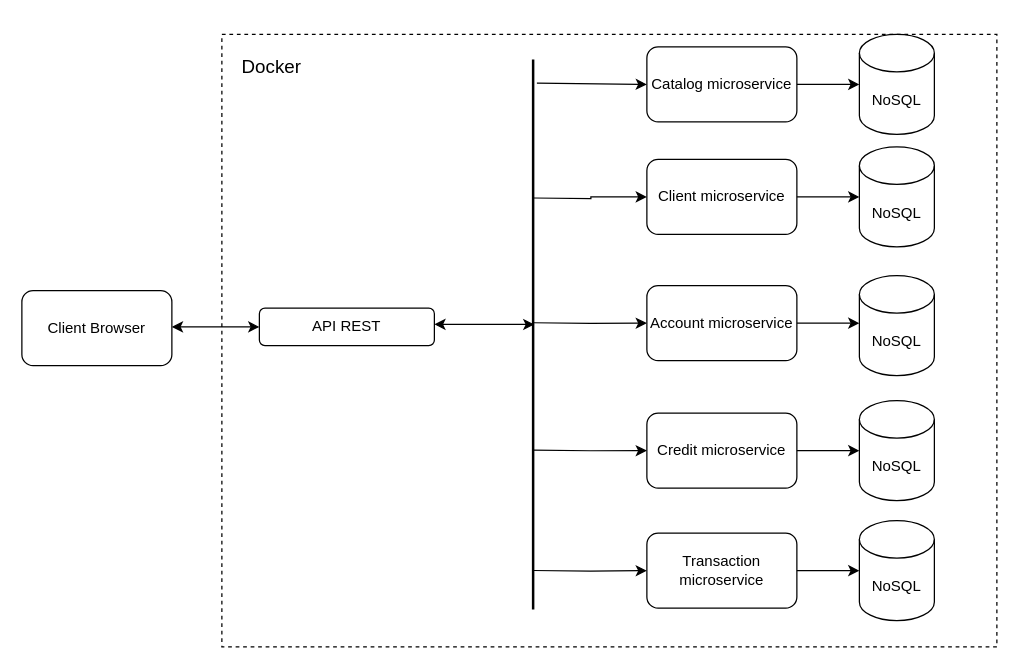
Above: esquema.drawio in Burgoos/Proyecto-Semana-1 (draw.io), before the change. Source tidied: cells renumbered, new cells numbered last; positions are measured from the earlier drawing's top-left corner, leaving out a move shared by most shapes. Both pictures are drawn from the tidied source at 125%, with x=0, y=0 at pixel (21, 34).
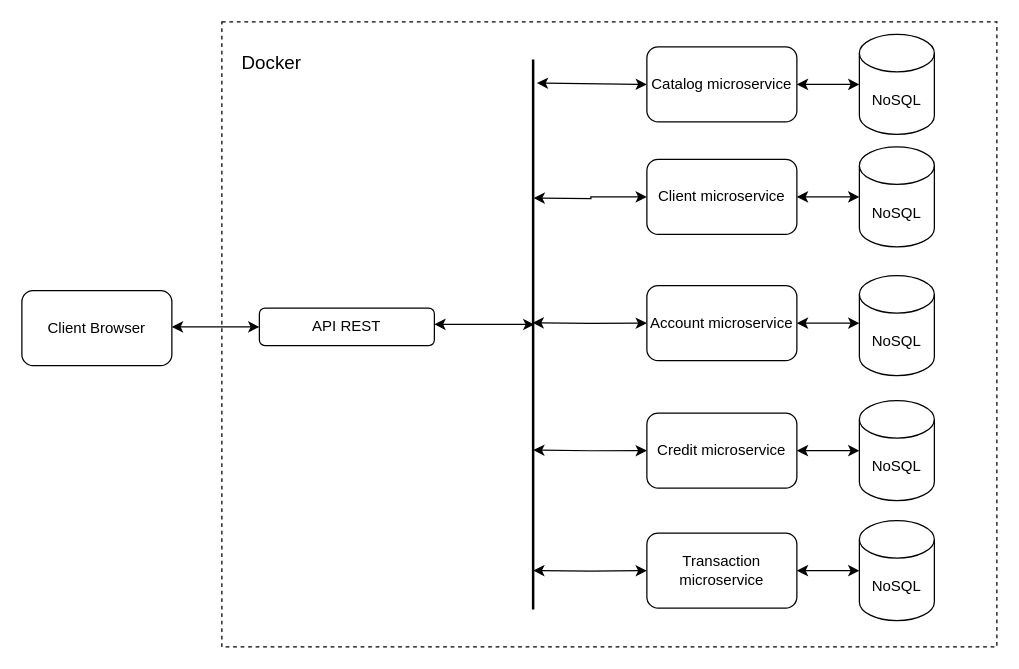
After the change.

Commit message:
Add double arrow

The change refers to these unchanged cells:
```xml
<mxCell id="3" value="Client microservice" style="rounded=1;whiteSpace=wrap;html=1;" parent="1" vertex="1">
  <mxGeometry x="500" y="100" width="120" height="60" as="geometry" />
</mxCell>
<mxCell id="4" value="Account microservice" style="rounded=1;whiteSpace=wrap;html=1;" parent="1" vertex="1">
  <mxGeometry x="500" y="201" width="120" height="60" as="geometry" />
</mxCell>
<mxCell id="5" value="Credit microservice" style="rounded=1;whiteSpace=wrap;html=1;" parent="1" vertex="1">
  <mxGeometry x="500" y="303" width="120" height="60" as="geometry" />
</mxCell>
<mxCell id="6" value="Transaction microservice" style="rounded=1;whiteSpace=wrap;html=1;" parent="1" vertex="1">
  <mxGeometry x="500" y="399" width="120" height="60" as="geometry" />
</mxCell>
<mxCell id="11" value="NoSQL" style="shape=cylinder3;whiteSpace=wrap;html=1;boundedLbl=1;backgroundOutline=1;size=15;" parent="1" vertex="1">
  <mxGeometry x="670" y="90" width="60" height="80" as="geometry" />
</mxCell>
<mxCell id="14" value="&lt;span&gt;NoSQL&lt;/span&gt;" style="shape=cylinder3;whiteSpace=wrap;html=1;boundedLbl=1;backgroundOutline=1;size=15;" parent="1" vertex="1">
  <mxGeometry x="670" y="293" width="60" height="80" as="geometry" />
</mxCell>
<mxCell id="15" value="&lt;span&gt;NoSQL&lt;/span&gt;" style="shape=cylinder3;whiteSpace=wrap;html=1;boundedLbl=1;backgroundOutline=1;size=15;" parent="1" vertex="1">
  <mxGeometry x="670" y="389" width="60" height="80" as="geometry" />
</mxCell>
<mxCell id="23" value="Catalog microservice" style="rounded=1;whiteSpace=wrap;html=1;" parent="1" vertex="1">
  <mxGeometry x="500" y="10" width="120" height="60" as="geometry" />
</mxCell>
<mxCell id="24" value="&lt;span&gt;NoSQL&lt;/span&gt;" style="shape=cylinder3;whiteSpace=wrap;html=1;boundedLbl=1;backgroundOutline=1;size=15;" parent="1" vertex="1">
  <mxGeometry x="670" width="60" height="80" as="geometry" />
</mxCell>
<mxCell id="26" style="line;strokeWidth=2;direction=south;html=1;" parent="1" vertex="1">
  <mxGeometry x="404" y="20" width="10" height="440" as="geometry" />
</mxCell>
```

What changed in the source:
```diff
@@
     <mxCell id="2" style="rounded=0;whiteSpace=wrap;html=1;dashed=1;" parent="1" vertex="1">
-      <mxGeometry x="160" width="620" height="490" as="geometry" />
+      <mxGeometry x="160" y="-10" width="620" height="500" as="geometry" />
     </mxCell>
@@
-    <mxCell id="7" style="edgeStyle=orthogonalEdgeStyle;rounded=0;jettySize=auto;html=1;entryX=0;entryY=0.5;entryDx=0;entryDy=0;exitX=0.03;exitY=0.462;exitDx=0;exitDy=0;exitPerimeter=0;" parent="1" edge="1" target="3">
+    <mxCell id="7" style="edgeStyle=orthogonalEdgeStyle;rounded=0;jettySize=auto;html=1;entryX=0;entryY=0.5;entryDx=0;entryDy=0;exitX=0.03;exitY=0.462;exitDx=0;exitDy=0;exitPerimeter=0;startArrow=classic;startFill=1;" parent="1" edge="1" target="3">
       <mxGeometry relative="1" as="geometry">
         <mxPoint x="409.4" y="130.9" as="sourcePoint" />
       </mxGeometry>
     </mxCell>
-    <mxCell id="8" style="edgeStyle=orthogonalEdgeStyle;rounded=0;jettySize=auto;html=1;exitX=0.499;exitY=0.49;exitDx=0;exitDy=0;exitPerimeter=0;" parent="1" edge="1" target="5">
+    <mxCell id="8" style="edgeStyle=orthogonalEdgeStyle;rounded=0;jettySize=auto;html=1;exitX=0.499;exitY=0.49;exitDx=0;exitDy=0;exitPerimeter=0;startArrow=classic;startFill=1;" parent="1" edge="1" target="5">
       <mxGeometry relative="1" as="geometry">
         <mxPoint x="409.1" y="332.6" as="sourcePoint" />
       </mxGeometry>
     </mxCell>
-    <mxCell id="9" style="edgeStyle=orthogonalEdgeStyle;rounded=0;jettySize=auto;html=1;entryX=0;entryY=0.5;entryDx=0;entryDy=0;exitX=0.723;exitY=0.49;exitDx=0;exitDy=0;exitPerimeter=0;" parent="1" edge="1" target="6">
+    <mxCell id="9" style="edgeStyle=orthogonalEdgeStyle;rounded=0;jettySize=auto;html=1;entryX=0;entryY=0.5;entryDx=0;entryDy=0;exitX=0.723;exitY=0.49;exitDx=0;exitDy=0;exitPerimeter=0;startArrow=classic;startFill=1;" parent="1" edge="1" target="6">
       <mxGeometry relative="1" as="geometry">
         <mxPoint x="409.1" y="428.9" as="sourcePoint" />
       </mxGeometry>
     </mxCell>
-    <mxCell id="10" style="edgeStyle=orthogonalEdgeStyle;rounded=0;jettySize=auto;html=1;entryX=0;entryY=0.5;entryDx=0;entryDy=0;exitX=0.262;exitY=0.538;exitDx=0;exitDy=0;exitPerimeter=0;" parent="1" edge="1" target="4">
+    <mxCell id="10" style="edgeStyle=orthogonalEdgeStyle;rounded=0;jettySize=auto;html=1;entryX=0;entryY=0.5;entryDx=0;entryDy=0;exitX=0.262;exitY=0.538;exitDx=0;exitDy=0;exitPerimeter=0;startArrow=classic;startFill=1;" parent="1" edge="1" target="4">
       <mxGeometry relative="1" as="geometry">
         <mxPoint x="408.6" y="230.7" as="sourcePoint" />
       </mxGeometry>
     </mxCell>
@@
-    <mxCell id="12" style="endArrow=classic;html=1;rounded=0;entryX=0;entryY=0.5;entryDx=0;entryDy=0;entryPerimeter=0;exitX=1;exitY=0.5;exitDx=0;exitDy=0;" parent="1" edge="1" source="3" target="11">
+    <mxCell id="12" style="endArrow=classic;html=1;rounded=0;entryX=0;entryY=0.5;entryDx=0;entryDy=0;entryPerimeter=0;exitX=1;exitY=0.5;exitDx=0;exitDy=0;startArrow=classic;startFill=1;" parent="1" edge="1" source="3" target="11">
       <mxGeometry relative="1" as="geometry" />
     </mxCell>
@@
-    <mxCell id="16" style="endArrow=classic;html=1;rounded=0;entryX=0;entryY=0.5;entryDx=0;entryDy=0;entryPerimeter=0;exitX=1;exitY=0.5;exitDx=0;exitDy=0;" parent="1" edge="1" source="4">
+    <mxCell id="16" style="endArrow=classic;html=1;rounded=0;entryX=0;entryY=0.5;entryDx=0;entryDy=0;entryPerimeter=0;exitX=1;exitY=0.5;exitDx=0;exitDy=0;startArrow=classic;startFill=1;" parent="1" edge="1" source="4">
       <mxGeometry relative="1" as="geometry">
         <mxPoint x="670" y="231" as="targetPoint" />
       </mxGeometry>
     </mxCell>
-    <mxCell id="17" style="endArrow=classic;html=1;rounded=0;entryX=0;entryY=0.5;entryDx=0;entryDy=0;entryPerimeter=0;exitX=1;exitY=0.5;exitDx=0;exitDy=0;" parent="1" edge="1" source="5" target="14">
+    <mxCell id="17" style="endArrow=classic;html=1;rounded=0;entryX=0;entryY=0.5;entryDx=0;entryDy=0;entryPerimeter=0;exitX=1;exitY=0.5;exitDx=0;exitDy=0;startArrow=classic;startFill=1;" parent="1" edge="1" source="5" target="14">
       <mxGeometry relative="1" as="geometry" />
     </mxCell>
-    <mxCell id="18" style="endArrow=classic;html=1;rounded=0;entryX=0;entryY=0.5;entryDx=0;entryDy=0;entryPerimeter=0;exitX=1;exitY=0.5;exitDx=0;exitDy=0;" parent="1" edge="1" source="6" target="15">
+    <mxCell id="18" style="endArrow=classic;html=1;rounded=0;entryX=0;entryY=0.5;entryDx=0;entryDy=0;entryPerimeter=0;exitX=1;exitY=0.5;exitDx=0;exitDy=0;startArrow=classic;startFill=1;" parent="1" edge="1" source="6" target="15">
       <mxGeometry relative="1" as="geometry" />
     </mxCell>
@@
-    <mxCell id="25" style="endArrow=classic;html=1;rounded=0;entryX=0;entryY=0.5;entryDx=0;entryDy=0;entryPerimeter=0;exitX=1;exitY=0.5;exitDx=0;exitDy=0;" parent="1" edge="1" source="23" target="24">
+    <mxCell id="25" style="endArrow=classic;html=1;rounded=0;entryX=0;entryY=0.5;entryDx=0;entryDy=0;entryPerimeter=0;exitX=1;exitY=0.5;exitDx=0;exitDy=0;startArrow=classic;startFill=1;" parent="1" edge="1" source="23" target="24">
       <mxGeometry relative="1" as="geometry" />
     </mxCell>
@@
-    <mxCell id="27" style="endArrow=classic;html=1;rounded=0;exitX=0.043;exitY=0.2;exitDx=0;exitDy=0;exitPerimeter=0;" parent="1" edge="1" source="26">
+    <mxCell id="27" style="endArrow=classic;html=1;rounded=0;exitX=0.043;exitY=0.2;exitDx=0;exitDy=0;exitPerimeter=0;startArrow=classic;startFill=1;" parent="1" edge="1" source="26">
       <mxGeometry relative="1" as="geometry">
         <mxPoint x="500" y="40" as="targetPoint" />
       </mxGeometry>
     </mxCell>
     <mxCell id="28" value="&lt;font style=&quot;font-size: 15px&quot;&gt;Docker&lt;/font&gt;" style="text;html=1;strokeColor=none;fillColor=none;align=center;verticalAlign=middle;whiteSpace=wrap;rounded=0;dashed=1;" parent="1" vertex="1">
-      <mxGeometry x="170" y="10" width="60" height="30" as="geometry" />
+      <mxGeometry x="170" y="7" width="60" height="30" as="geometry" />
     </mxCell>
```
